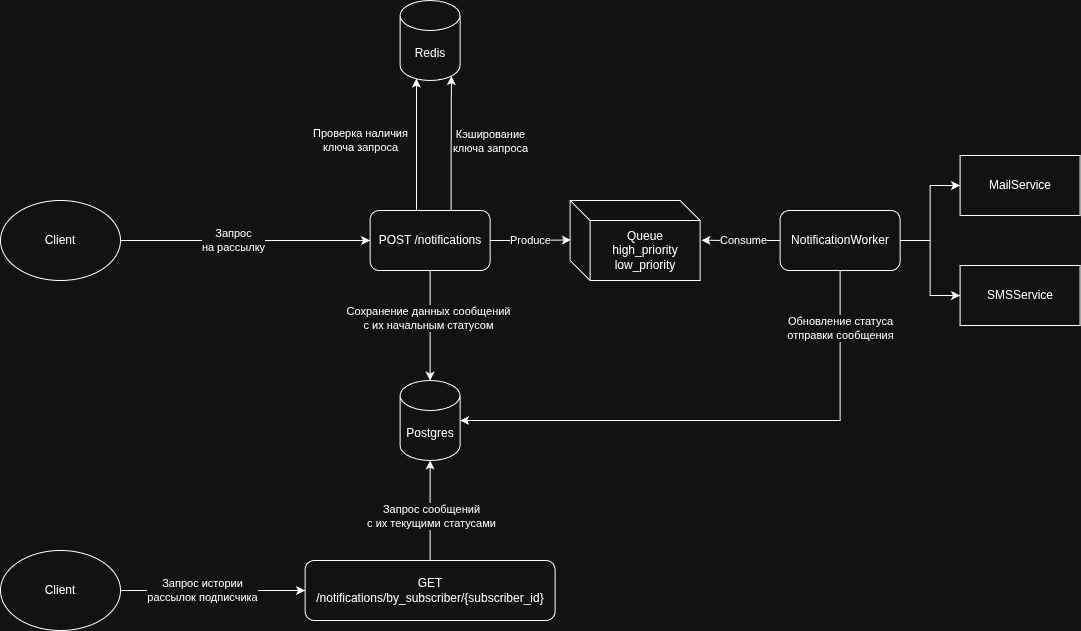
Before: notification_service-Page-1.drawio.png, a diagram exported from draw.io (kracer9/NotificationService). Source tidied: cells renumbered, new cells last; positions are measured from the earlier drawing's top-left corner, leaving out a move shared by most shapes. Its diagram source:
```xml
<mxGraphModel>
  <root>
    <mxCell id="0" />
    <mxCell id="1" parent="0" />
    <mxCell id="2" value="POST /notifications" style="rounded=1;whiteSpace=wrap;html=1;" parent="1" vertex="1">
      <mxGeometry x="369.6" y="210" width="120" height="60" as="geometry" />
    </mxCell>
    <mxCell id="3" value="Redis" style="shape=cylinder3;whiteSpace=wrap;html=1;boundedLbl=1;backgroundOutline=1;size=15;" parent="1" vertex="1">
      <mxGeometry x="399.6" width="60" height="80" as="geometry" />
    </mxCell>
    <mxCell id="4" style="edgeStyle=orthogonalEdgeStyle;rounded=0;jettySize=auto;html=1;exitX=1;exitY=0.5;exitDx=0;exitDy=0;" parent="1" edge="1" source="6" target="2">
      <mxGeometry relative="1" as="geometry" />
    </mxCell>
    <mxCell id="5" value="Запрос&lt;div&gt;на рассылку&lt;/div&gt;" style="edgeLabel;html=1;align=center;verticalAlign=middle;" parent="4" vertex="1">
      <mxGeometry x="-0.17" relative="1" as="geometry">
        <mxPoint x="10" as="offset" />
      </mxGeometry>
    </mxCell>
    <mxCell id="6" value="Client" style="ellipse;whiteSpace=wrap;html=1;" parent="1" vertex="1">
      <mxGeometry y="200" width="120" height="80" as="geometry" />
    </mxCell>
    <mxCell id="7" value="Postgres" style="shape=cylinder3;whiteSpace=wrap;html=1;boundedLbl=1;backgroundOutline=1;size=15;" parent="1" vertex="1">
      <mxGeometry x="399.6" y="380" width="60" height="80" as="geometry" />
    </mxCell>
    <mxCell id="8" style="edgeStyle=orthogonalEdgeStyle;rounded=0;jettySize=auto;html=1;exitX=0.5;exitY=1;exitDx=0;exitDy=0;entryX=0.5;entryY=0;entryDx=0;entryDy=0;entryPerimeter=0;" parent="1" edge="1" source="2" target="7">
      <mxGeometry relative="1" as="geometry" />
    </mxCell>
    <mxCell id="9" value="Сохранение&amp;nbsp;&lt;span style=&quot;background-color: light-dark(#ffffff, var(--ge-dark-color, #121212)); color: light-dark(rgb(0, 0, 0), rgb(255, 255, 255));&quot;&gt;данных сообщений&lt;/span&gt;&lt;div&gt;&lt;span style=&quot;background-color: light-dark(#ffffff, var(--ge-dark-color, #121212)); color: light-dark(rgb(0, 0, 0), rgb(255, 255, 255));&quot;&gt;с их начальным статусом&lt;/span&gt;&lt;/div&gt;" style="edgeLabel;html=1;align=center;verticalAlign=middle;" parent="8" vertex="1">
      <mxGeometry x="-0.1" y="-2" relative="1" as="geometry">
        <mxPoint y="-2" as="offset" />
      </mxGeometry>
    </mxCell>
    <mxCell id="10" value="Queue&lt;div&gt;high_priority&lt;/div&gt;&lt;div&gt;low_priority&lt;/div&gt;" style="shape=cube;whiteSpace=wrap;html=1;boundedLbl=1;backgroundOutline=1;darkOpacity=0.05;darkOpacity2=0.1;" parent="1" vertex="1">
      <mxGeometry x="569.6" y="200" width="130" height="80" as="geometry" />
    </mxCell>
    <mxCell id="11" style="edgeStyle=orthogonalEdgeStyle;rounded=0;jettySize=auto;html=1;entryX=0;entryY=0.5;entryDx=0;entryDy=0;" parent="1" edge="1" source="13" target="14">
      <mxGeometry relative="1" as="geometry" />
    </mxCell>
    <mxCell id="12" style="edgeStyle=orthogonalEdgeStyle;rounded=0;jettySize=auto;html=1;entryX=0;entryY=0.5;entryDx=0;entryDy=0;" parent="1" edge="1" source="13" target="15">
      <mxGeometry relative="1" as="geometry" />
    </mxCell>
    <mxCell id="13" value="NotificationWorker" style="rounded=1;whiteSpace=wrap;html=1;" parent="1" vertex="1">
      <mxGeometry x="779.6" y="210" width="120" height="60" as="geometry" />
    </mxCell>
    <mxCell id="14" value="MailService" style="rounded=0;whiteSpace=wrap;html=1;" parent="1" vertex="1">
      <mxGeometry x="959.6" y="155" width="120" height="60" as="geometry" />
    </mxCell>
    <mxCell id="15" value="SMSService" style="rounded=0;whiteSpace=wrap;html=1;" parent="1" vertex="1">
      <mxGeometry x="959.6" y="265" width="120" height="60" as="geometry" />
    </mxCell>
    <mxCell id="16" style="edgeStyle=orthogonalEdgeStyle;rounded=0;jettySize=auto;html=1;entryX=0.273;entryY=0.975;entryDx=0;entryDy=0;entryPerimeter=0;" parent="1" edge="1" source="2" target="3">
      <mxGeometry relative="1" as="geometry">
        <Array as="points">
          <mxPoint x="415.6" y="145" />
        </Array>
      </mxGeometry>
    </mxCell>
    <mxCell id="17" value="Проверка наличия&lt;div&gt;ключа запроса&lt;/div&gt;" style="edgeLabel;html=1;align=center;verticalAlign=middle;" parent="16" vertex="1">
      <mxGeometry relative="1" as="geometry">
        <mxPoint x="-56" y="-4" as="offset" />
      </mxGeometry>
    </mxCell>
    <mxCell id="18" style="edgeStyle=orthogonalEdgeStyle;rounded=0;jettySize=auto;html=1;entryX=0.006;entryY=0.493;entryDx=0;entryDy=0;entryPerimeter=0;" parent="1" edge="1" source="2" target="10">
      <mxGeometry relative="1" as="geometry" />
    </mxCell>
    <mxCell id="19" value="Produce" style="edgeLabel;html=1;align=center;verticalAlign=middle;" parent="18" vertex="1">
      <mxGeometry x="-0.27" y="3" relative="1" as="geometry">
        <mxPoint x="10" y="3" as="offset" />
      </mxGeometry>
    </mxCell>
    <mxCell id="20" style="edgeStyle=orthogonalEdgeStyle;rounded=0;jettySize=auto;html=1;exitX=0.5;exitY=1;exitDx=0;exitDy=0;entryX=1;entryY=0.5;entryDx=0;entryDy=0;entryPerimeter=0;" parent="1" edge="1" source="13" target="7">
      <mxGeometry relative="1" as="geometry" />
    </mxCell>
    <mxCell id="21" value="Обновление статуса&lt;div&gt;отправки сообщения&lt;/div&gt;" style="edgeLabel;html=1;align=center;verticalAlign=middle;" parent="20" vertex="1">
      <mxGeometry x="-0.81" relative="1" as="geometry">
        <mxPoint y="7" as="offset" />
      </mxGeometry>
    </mxCell>
    <mxCell id="22" style="edgeStyle=orthogonalEdgeStyle;rounded=0;jettySize=auto;html=1;entryX=1.011;entryY=0.497;entryDx=0;entryDy=0;entryPerimeter=0;" parent="1" edge="1" source="13" target="10">
      <mxGeometry relative="1" as="geometry" />
    </mxCell>
    <mxCell id="23" value="Consume" style="edgeLabel;html=1;align=center;verticalAlign=middle;" parent="22" vertex="1">
      <mxGeometry x="-0.07" y="3" relative="1" as="geometry">
        <mxPoint y="-3" as="offset" />
      </mxGeometry>
    </mxCell>
    <mxCell id="24" value="GET /notifications/by_subscriber/{subscriber_id}" style="rounded=1;whiteSpace=wrap;html=1;" parent="1" vertex="1">
      <mxGeometry x="304.6" y="560" width="250" height="60" as="geometry" />
    </mxCell>
    <mxCell id="25" style="edgeStyle=orthogonalEdgeStyle;rounded=0;jettySize=auto;html=1;entryX=0;entryY=0.5;entryDx=0;entryDy=0;" parent="1" edge="1" source="27" target="24">
      <mxGeometry relative="1" as="geometry" />
    </mxCell>
    <mxCell id="26" value="Запрос истории&lt;div&gt;рассылок подписчика&lt;/div&gt;" style="edgeLabel;html=1;align=center;verticalAlign=middle;" parent="25" vertex="1">
      <mxGeometry x="-0.24" relative="1" as="geometry">
        <mxPoint x="12" as="offset" />
      </mxGeometry>
    </mxCell>
    <mxCell id="27" value="Client" style="ellipse;whiteSpace=wrap;html=1;" parent="1" vertex="1">
      <mxGeometry y="550" width="120" height="80" as="geometry" />
    </mxCell>
    <mxCell id="28" style="edgeStyle=orthogonalEdgeStyle;rounded=0;jettySize=auto;html=1;entryX=0.5;entryY=1;entryDx=0;entryDy=0;entryPerimeter=0;" parent="1" edge="1" source="24" target="7">
      <mxGeometry relative="1" as="geometry" />
    </mxCell>
    <mxCell id="29" value="Запрос сообщений&lt;div&gt;с их текущими статусами&lt;/div&gt;" style="edgeLabel;html=1;align=center;verticalAlign=middle;" parent="28" vertex="1">
      <mxGeometry x="-0.11" y="-1" relative="1" as="geometry" />
    </mxCell>
    <mxCell id="30" style="edgeStyle=orthogonalEdgeStyle;rounded=0;jettySize=auto;html=1;entryX=0.855;entryY=1;entryDx=0;entryDy=-4.35;entryPerimeter=0;" parent="1" edge="1" source="2" target="3">
      <mxGeometry relative="1" as="geometry">
        <Array as="points">
          <mxPoint x="450.6" y="180" />
          <mxPoint x="450.6" y="180" />
        </Array>
      </mxGeometry>
    </mxCell>
    <mxCell id="31" value="Кэширование&lt;div&gt;ключа запроса&lt;/div&gt;" style="edgeLabel;html=1;align=center;verticalAlign=middle;" parent="30" vertex="1">
      <mxGeometry x="-0.1" y="-1" relative="1" as="geometry">
        <mxPoint x="38" y="-9" as="offset" />
      </mxGeometry>
    </mxCell>
  </root>
</mxGraphModel>
```
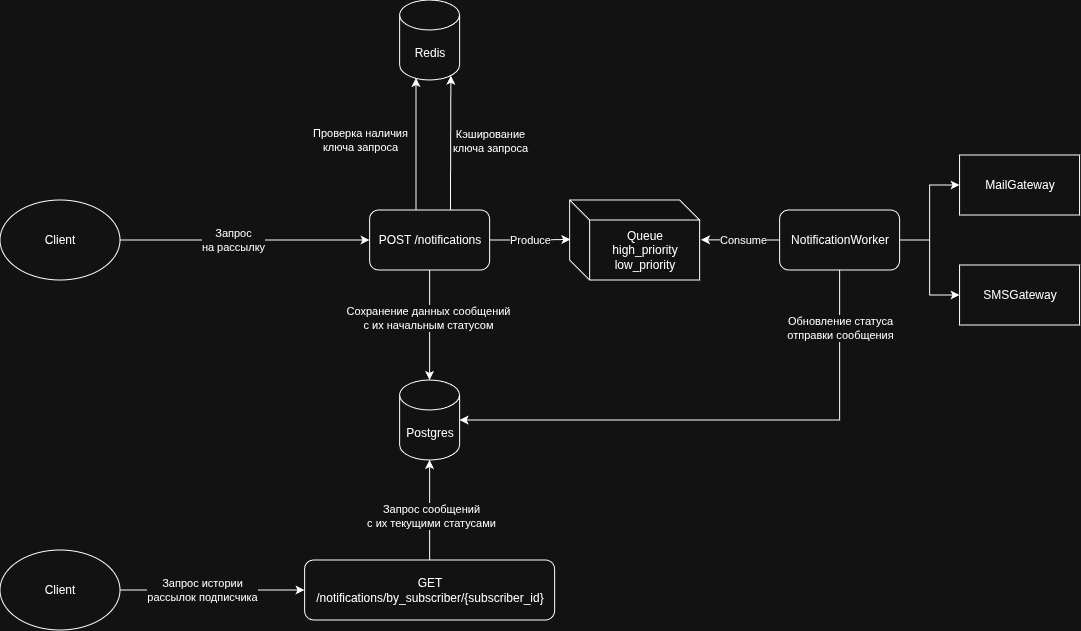
Later version of the same file.

Change to the diagram source:
```diff
@@ -42,10 +42,10 @@
     <mxCell id="13" value="NotificationWorker" style="rounded=1;whiteSpace=wrap;html=1;" parent="1" vertex="1">
       <mxGeometry x="779.6" y="210" width="120" height="60" as="geometry" />
     </mxCell>
-    <mxCell id="14" value="MailService" style="rounded=0;whiteSpace=wrap;html=1;" parent="1" vertex="1">
+    <mxCell id="14" value="MailGateway" style="rounded=0;whiteSpace=wrap;html=1;" parent="1" vertex="1">
       <mxGeometry x="959.6" y="155" width="120" height="60" as="geometry" />
     </mxCell>
-    <mxCell id="15" value="SMSService" style="rounded=0;whiteSpace=wrap;html=1;" parent="1" vertex="1">
+    <mxCell id="15" value="SMSGateway" style="rounded=0;whiteSpace=wrap;html=1;" parent="1" vertex="1">
       <mxGeometry x="959.6" y="265" width="120" height="60" as="geometry" />
     </mxCell>
     <mxCell id="16" style="edgeStyle=orthogonalEdgeStyle;rounded=0;jettySize=auto;html=1;entryX=0.273;entryY=0.975;entryDx=0;entryDy=0;entryPerimeter=0;" parent="1" edge="1" source="2" target="3">
```
